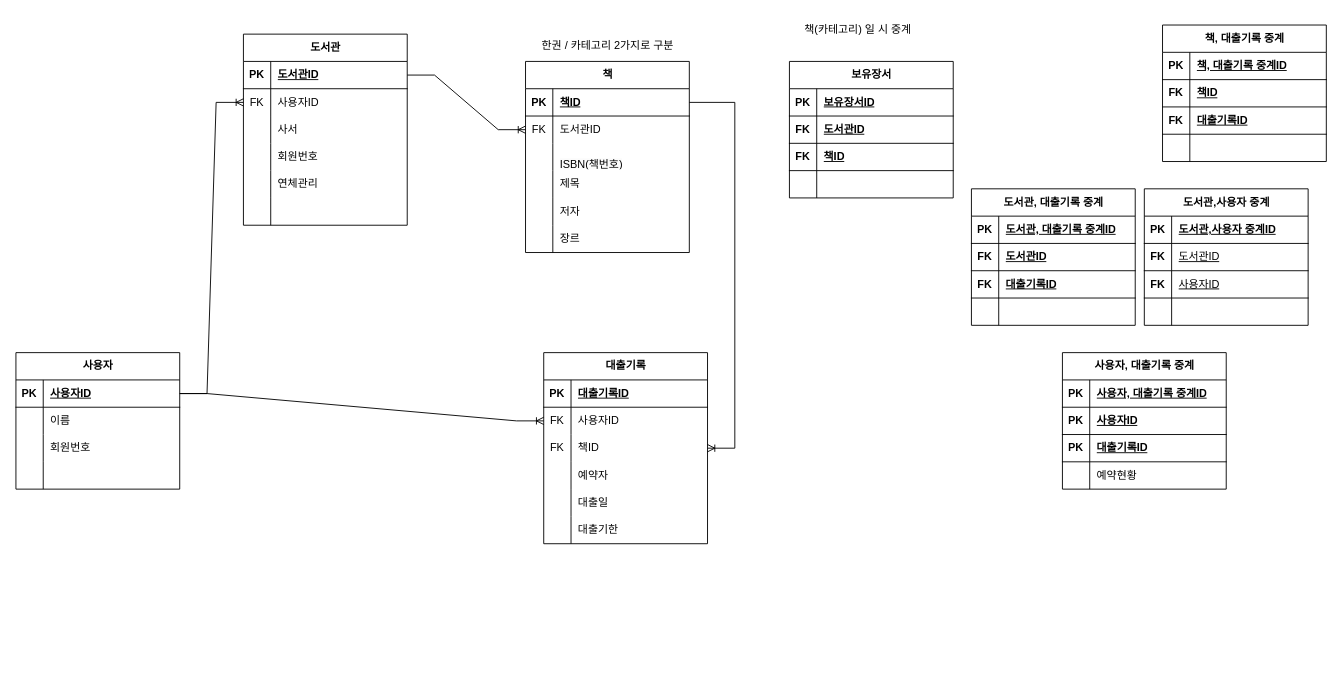
Above: page "책 한 권" (1 of 2) of db/도서관 실습 (4).drawio in ssdeok/TIL (draw.io), before the change. Source tidied: cells renumbered, new cells numbered last; positions are measured from the earlier drawing's top-left corner, leaving out a move shared by most shapes. Both pictures are drawn from the tidied source at 91%, with x=0, y=0 at pixel (15, 15).
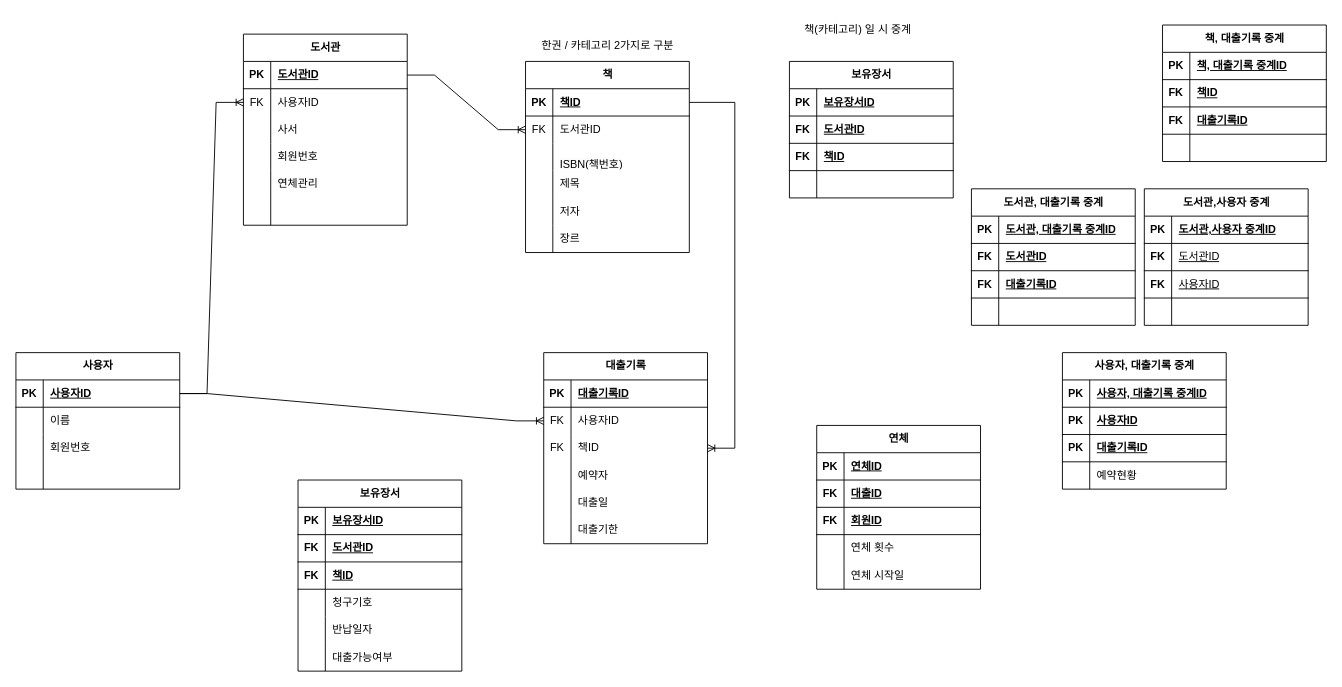
After the change.

The edit, as a diff of the source:
```diff
@@
+    <mxCell id="143" value="보유장서" style="shape=table;startSize=30;childLayout=tableLayout;rowLines=0;fontStyle=1;align=center;html=1;" parent="1" vertex="1">
+      <mxGeometry x="310" y="510" width="180" height="210" as="geometry" />
+    </mxCell>
+    <mxCell id="144" style="shape=tableRow;horizontal=0;startSize=0;swimlaneHead=0;swimlaneBody=0;fillColor=none;top=0;left=0;right=0;bottom=1;" parent="143" vertex="1">
+      <mxGeometry y="30" width="180" height="30" as="geometry" />
+    </mxCell>
+    <mxCell id="145" value="PK" style="shape=partialRectangle;fillColor=none;top=0;left=0;bottom=0;right=0;fontStyle=1;overflow=hidden;whiteSpace=wrap;html=1;" parent="144" vertex="1">
+      <mxGeometry width="30" height="30" as="geometry" />
+    </mxCell>
+    <mxCell id="146" value="보유장서ID" style="shape=partialRectangle;fillColor=none;top=0;left=0;bottom=0;right=0;align=left;spacingLeft=6;fontStyle=5;overflow=hidden;whiteSpace=wrap;html=1;" parent="144" vertex="1">
+      <mxGeometry x="30" width="150" height="30" as="geometry" />
+    </mxCell>
+    <mxCell id="147" style="shape=tableRow;horizontal=0;startSize=0;swimlaneHead=0;swimlaneBody=0;fillColor=none;top=0;left=0;right=0;bottom=1;" parent="143" vertex="1">
+      <mxGeometry y="60" width="180" height="30" as="geometry" />
+    </mxCell>
+    <mxCell id="148" value="FK" style="shape=partialRectangle;fillColor=none;top=0;left=0;bottom=0;right=0;fontStyle=1;overflow=hidden;whiteSpace=wrap;html=1;" parent="147" vertex="1">
+      <mxGeometry width="30" height="30" as="geometry" />
+    </mxCell>
+    <mxCell id="149" value="도서관ID" style="shape=partialRectangle;fillColor=none;top=0;left=0;bottom=0;right=0;align=left;spacingLeft=6;fontStyle=5;overflow=hidden;whiteSpace=wrap;html=1;" parent="147" vertex="1">
+      <mxGeometry x="30" width="150" height="30" as="geometry" />
+    </mxCell>
+    <mxCell id="150" style="shape=tableRow;horizontal=0;startSize=0;swimlaneHead=0;swimlaneBody=0;fillColor=none;top=0;left=0;right=0;bottom=1;" parent="143" vertex="1">
+      <mxGeometry y="90" width="180" height="30" as="geometry" />
+    </mxCell>
+    <mxCell id="151" value="FK" style="shape=partialRectangle;fillColor=none;top=0;left=0;bottom=0;right=0;fontStyle=1;overflow=hidden;whiteSpace=wrap;html=1;" parent="150" vertex="1">
+      <mxGeometry width="30" height="30" as="geometry" />
+    </mxCell>
+    <mxCell id="152" value="책ID" style="shape=partialRectangle;fillColor=none;top=0;left=0;bottom=0;right=0;align=left;spacingLeft=6;fontStyle=5;overflow=hidden;whiteSpace=wrap;html=1;" parent="150" vertex="1">
+      <mxGeometry x="30" width="150" height="30" as="geometry" />
+    </mxCell>
+    <mxCell id="153" style="shape=tableRow;horizontal=0;startSize=0;swimlaneHead=0;swimlaneBody=0;fillColor=none;top=0;left=0;right=0;bottom=0;" parent="143" vertex="1">
+      <mxGeometry y="120" width="180" height="30" as="geometry" />
+    </mxCell>
+    <mxCell id="154" style="shape=partialRectangle;fillColor=none;top=0;left=0;bottom=0;right=0;overflow=hidden;whiteSpace=wrap;html=1;" parent="153" vertex="1">
+      <mxGeometry width="30" height="30" as="geometry" />
+    </mxCell>
+    <mxCell id="155" value="청구기호" style="shape=partialRectangle;fillColor=none;top=0;left=0;bottom=0;right=0;align=left;spacingLeft=6;overflow=hidden;whiteSpace=wrap;html=1;" parent="153" vertex="1">
+      <mxGeometry x="30" width="150" height="30" as="geometry" />
+    </mxCell>
+    <mxCell id="156" style="shape=tableRow;horizontal=0;startSize=0;swimlaneHead=0;swimlaneBody=0;fillColor=none;top=0;left=0;right=0;bottom=0;" parent="143" vertex="1">
+      <mxGeometry y="150" width="180" height="30" as="geometry" />
+    </mxCell>
+    <mxCell id="157" style="shape=partialRectangle;fillColor=none;top=0;left=0;bottom=0;right=0;overflow=hidden;whiteSpace=wrap;html=1;" parent="156" vertex="1">
+      <mxGeometry width="30" height="30" as="geometry" />
+    </mxCell>
+    <mxCell id="158" value="반납일자" style="shape=partialRectangle;fillColor=none;top=0;left=0;bottom=0;right=0;align=left;spacingLeft=6;overflow=hidden;whiteSpace=wrap;html=1;" parent="156" vertex="1">
+      <mxGeometry x="30" width="150" height="30" as="geometry" />
+    </mxCell>
+    <mxCell id="159" style="shape=tableRow;horizontal=0;startSize=0;swimlaneHead=0;swimlaneBody=0;fillColor=none;top=0;left=0;right=0;bottom=0;" parent="143" vertex="1">
+      <mxGeometry y="180" width="180" height="30" as="geometry" />
+    </mxCell>
+    <mxCell id="160" style="shape=partialRectangle;fillColor=none;top=0;left=0;bottom=0;right=0;overflow=hidden;whiteSpace=wrap;html=1;" parent="159" vertex="1">
+      <mxGeometry width="30" height="30" as="geometry" />
+    </mxCell>
+    <mxCell id="161" value="대출가능여부" style="shape=partialRectangle;fillColor=none;top=0;left=0;bottom=0;right=0;align=left;spacingLeft=6;overflow=hidden;whiteSpace=wrap;html=1;" parent="159" vertex="1">
+      <mxGeometry x="30" width="150" height="30" as="geometry" />
+    </mxCell>
+    <mxCell id="162" value="연체" style="shape=table;startSize=30;childLayout=tableLayout;rowLines=0;fontStyle=1;align=center;html=1;" parent="1" vertex="1">
+      <mxGeometry x="880" y="450" width="180" height="180" as="geometry" />
+    </mxCell>
+    <mxCell id="163" style="shape=tableRow;horizontal=0;startSize=0;swimlaneHead=0;swimlaneBody=0;fillColor=none;top=0;left=0;right=0;bottom=1;" parent="162" vertex="1">
+      <mxGeometry y="30" width="180" height="30" as="geometry" />
+    </mxCell>
+    <mxCell id="164" value="PK" style="shape=partialRectangle;fillColor=none;top=0;left=0;bottom=0;right=0;fontStyle=1;overflow=hidden;whiteSpace=wrap;html=1;" parent="163" vertex="1">
+      <mxGeometry width="30" height="30" as="geometry" />
+    </mxCell>
+    <mxCell id="165" value="연체ID" style="shape=partialRectangle;fillColor=none;top=0;left=0;bottom=0;right=0;align=left;spacingLeft=6;fontStyle=5;overflow=hidden;whiteSpace=wrap;html=1;" parent="163" vertex="1">
+      <mxGeometry x="30" width="150" height="30" as="geometry" />
+    </mxCell>
+    <mxCell id="166" style="shape=tableRow;horizontal=0;startSize=0;swimlaneHead=0;swimlaneBody=0;fillColor=none;top=0;left=0;right=0;bottom=1;" parent="162" vertex="1">
+      <mxGeometry y="60" width="180" height="30" as="geometry" />
+    </mxCell>
+    <mxCell id="167" value="FK" style="shape=partialRectangle;fillColor=none;top=0;left=0;bottom=0;right=0;fontStyle=1;overflow=hidden;whiteSpace=wrap;html=1;" parent="166" vertex="1">
+      <mxGeometry width="30" height="30" as="geometry" />
+    </mxCell>
+    <mxCell id="168" value="대출ID" style="shape=partialRectangle;fillColor=none;top=0;left=0;bottom=0;right=0;align=left;spacingLeft=6;fontStyle=5;overflow=hidden;whiteSpace=wrap;html=1;" parent="166" vertex="1">
+      <mxGeometry x="30" width="150" height="30" as="geometry" />
+    </mxCell>
+    <mxCell id="169" style="shape=tableRow;horizontal=0;startSize=0;swimlaneHead=0;swimlaneBody=0;fillColor=none;top=0;left=0;right=0;bottom=1;" parent="162" vertex="1">
+      <mxGeometry y="90" width="180" height="30" as="geometry" />
+    </mxCell>
+    <mxCell id="170" value="FK" style="shape=partialRectangle;fillColor=none;top=0;left=0;bottom=0;right=0;fontStyle=1;overflow=hidden;whiteSpace=wrap;html=1;" parent="169" vertex="1">
+      <mxGeometry width="30" height="30" as="geometry" />
+    </mxCell>
+    <mxCell id="171" value="회원ID" style="shape=partialRectangle;fillColor=none;top=0;left=0;bottom=0;right=0;align=left;spacingLeft=6;fontStyle=5;overflow=hidden;whiteSpace=wrap;html=1;" parent="169" vertex="1">
+      <mxGeometry x="30" width="150" height="30" as="geometry" />
+    </mxCell>
+    <mxCell id="172" style="shape=tableRow;horizontal=0;startSize=0;swimlaneHead=0;swimlaneBody=0;fillColor=none;top=0;left=0;right=0;bottom=0;" parent="162" vertex="1">
+      <mxGeometry y="120" width="180" height="30" as="geometry" />
+    </mxCell>
+    <mxCell id="173" style="shape=partialRectangle;fillColor=none;top=0;left=0;bottom=0;right=0;overflow=hidden;whiteSpace=wrap;html=1;" parent="172" vertex="1">
+      <mxGeometry width="30" height="30" as="geometry" />
+    </mxCell>
+    <mxCell id="174" value="연체 횟수" style="shape=partialRectangle;fillColor=none;top=0;left=0;bottom=0;right=0;align=left;spacingLeft=6;overflow=hidden;whiteSpace=wrap;html=1;" parent="172" vertex="1">
+      <mxGeometry x="30" width="150" height="30" as="geometry" />
+    </mxCell>
+    <mxCell id="175" style="shape=tableRow;horizontal=0;startSize=0;swimlaneHead=0;swimlaneBody=0;fillColor=none;top=0;left=0;right=0;bottom=0;" parent="162" vertex="1">
+      <mxGeometry y="150" width="180" height="30" as="geometry" />
+    </mxCell>
+    <mxCell id="176" style="shape=partialRectangle;fillColor=none;top=0;left=0;bottom=0;right=0;overflow=hidden;whiteSpace=wrap;html=1;" parent="175" vertex="1">
+      <mxGeometry width="30" height="30" as="geometry" />
+    </mxCell>
+    <mxCell id="177" value="연체 시작일" style="shape=partialRectangle;fillColor=none;top=0;left=0;bottom=0;right=0;align=left;spacingLeft=6;overflow=hidden;whiteSpace=wrap;html=1;" parent="175" vertex="1">
+      <mxGeometry x="30" width="150" height="30" as="geometry" />
+    </mxCell>
```
